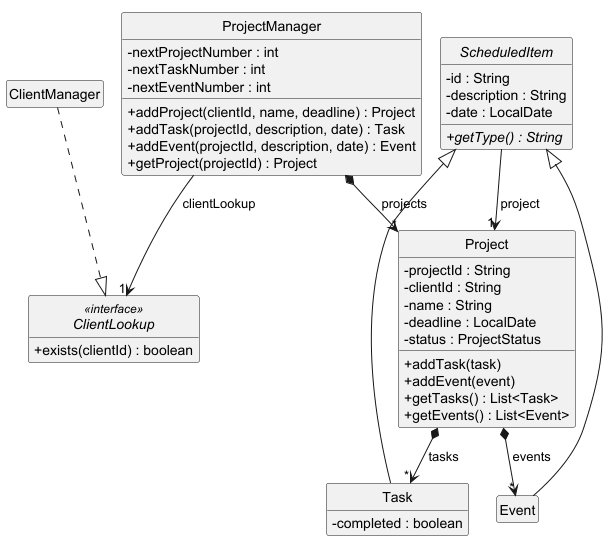
Earlier version of the PlantUML export docs/images/CreationModelClassDiagram.png (AY2627S1-CS2113-T10-3/tp). Source of this version:
```plantuml
@startuml
!pragma layout smetana
hide circle
hide empty members
skinparam classAttributeIconSize 0

class ProjectManager {
  -nextProjectNumber : int
  -nextTaskNumber : int
  -nextEventNumber : int
  +addProject(clientId, name, deadline) : Project
  +addTask(projectId, description, date) : Task
  +addEvent(projectId, description, date) : Event
  +getProject(projectId) : Project
}

interface ClientLookup <<interface>> {
  +exists(clientId) : boolean
}

class ClientManager

class Project {
  -projectId : String
  -clientId : String
  -name : String
  -deadline : LocalDate
  -status : ProjectStatus
  +addTask(task)
  +addEvent(event)
  +getTasks() : List<Task>
  +getEvents() : List<Event>
}

abstract class ScheduledItem {
  -id : String
  -description : String
  -date : LocalDate
  {abstract} +getType() : String
}

class Task {
  -completed : boolean
}

class Event

ProjectManager --> "1" ClientLookup : clientLookup
ClientManager ..|> ClientLookup
ProjectManager *--> "*" Project : projects
Project *--> "*" Task : tasks
Project *--> "*" Event : events
Task -up-|> ScheduledItem
Event -up-|> ScheduledItem
ScheduledItem --> "1" Project : project
@enduml
```
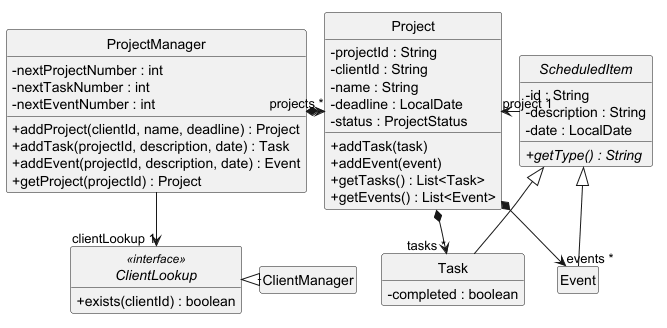
After the change.

Commit message:
Re-export creation diagrams after peer review fixes

Change to the diagram source:
```diff
@@ -45,12 +45,12 @@
 
 class Event
 
-ProjectManager --> "1" ClientLookup : clientLookup
-ClientManager ..|> ClientLookup
-ProjectManager *--> "*" Project : projects
-Project *--> "*" Task : tasks
-Project *--> "*" Event : events
+ProjectManager -down-> "clientLookup 1" ClientLookup
+ClientManager .left.|> ClientLookup
+ProjectManager *-right-> "projects *" Project
+Project *-down-> "tasks *" Task
+Project *-down-> "events *" Event
+ScheduledItem -left-> "project 1" Project
 Task -up-|> ScheduledItem
 Event -up-|> ScheduledItem
-ScheduledItem --> "1" Project : project
 @enduml
```
